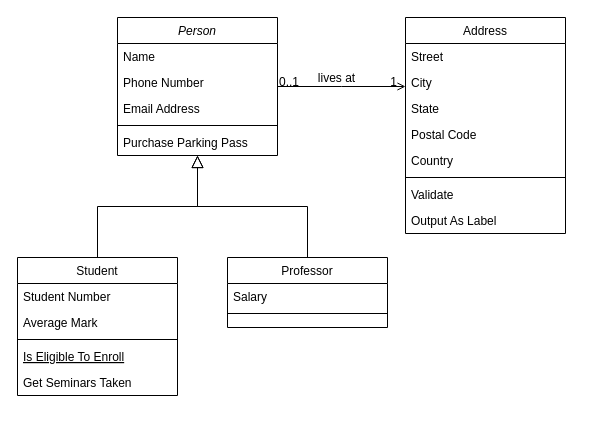
Above: Untitled Diagram.drawio in Lucas-formation/challenge-48h-2022 (draw.io), before the change. Source tidied: cells renumbered, new cells numbered last; positions are measured from the earlier drawing's top-left corner, leaving out a move shared by most shapes. Both pictures are drawn from the tidied source at 100%, with x=0, y=0 at pixel (17, 17).
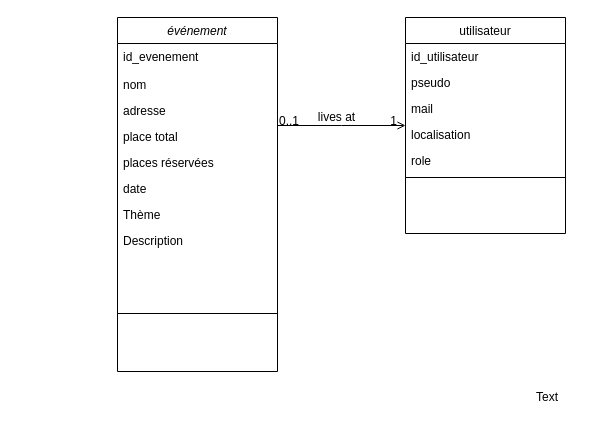
The same diagram, later.

Diff of the diagram source:
```diff
@@
-    <mxCell id="2" value="Person" style="swimlane;fontStyle=2;align=center;verticalAlign=top;horizontal=1;startSize=26;rounded=0;shadow=0;strokeWidth=1;" parent="1" vertex="1">
-      <mxGeometry x="100" width="160" height="138" as="geometry" />
+    <mxCell id="2" value="événement" style="swimlane;fontStyle=2;align=center;verticalAlign=top;horizontal=1;startSize=26;rounded=0;shadow=0;strokeWidth=1;" parent="1" vertex="1">
+      <mxGeometry x="100" width="160" height="354" as="geometry" />
     </mxCell>
+    <mxCell id="32" value="id_evenement" style="text;align=left;verticalAlign=top;spacingLeft=4;spacingRight=4;overflow=hidden;" parent="2" vertex="1">
+      <mxGeometry y="26" width="160" height="28" as="geometry" />
+    </mxCell>
-    <mxCell id="3" value="Name" style="text;align=left;verticalAlign=top;spacingLeft=4;spacingRight=4;overflow=hidden;" parent="2" vertex="1">
-      <mxGeometry y="26" width="160" height="26" as="geometry" />
+    <mxCell id="3" value="nom" style="text;align=left;verticalAlign=top;spacingLeft=4;spacingRight=4;overflow=hidden;" parent="2" vertex="1">
+      <mxGeometry y="54" width="160" height="26" as="geometry" />
     </mxCell>
-    <mxCell id="4" value="Phone Number" style="text;align=left;verticalAlign=top;spacingLeft=4;spacingRight=4;overflow=hidden;rounded=0;shadow=0;html=0;" parent="2" vertex="1">
-      <mxGeometry y="52" width="160" height="26" as="geometry" />
+    <mxCell id="4" value="adresse" style="text;align=left;verticalAlign=top;spacingLeft=4;spacingRight=4;overflow=hidden;rounded=0;shadow=0;html=0;" parent="2" vertex="1">
+      <mxGeometry y="80" width="160" height="26" as="geometry" />
     </mxCell>
-    <mxCell id="5" value="Email Address" style="text;align=left;verticalAlign=top;spacingLeft=4;spacingRight=4;overflow=hidden;rounded=0;shadow=0;html=0;" parent="2" vertex="1">
-      <mxGeometry y="78" width="160" height="26" as="geometry" />
+    <mxCell id="5" value="place total&#10;" style="text;align=left;verticalAlign=top;spacingLeft=4;spacingRight=4;overflow=hidden;rounded=0;shadow=0;html=0;" parent="2" vertex="1">
+      <mxGeometry y="106" width="160" height="26" as="geometry" />
     </mxCell>
+    <mxCell id="7" value="places réservées" style="text;align=left;verticalAlign=top;spacingLeft=4;spacingRight=4;overflow=hidden;" parent="2" vertex="1">
+      <mxGeometry y="132" width="160" height="26" as="geometry" />
+    </mxCell>
+    <mxCell id="33" value="date&#10;" style="text;align=left;verticalAlign=top;spacingLeft=4;spacingRight=4;overflow=hidden;" parent="2" vertex="1">
+      <mxGeometry y="158" width="160" height="26" as="geometry" />
+    </mxCell>
+    <mxCell id="34" value="Thème" style="text;align=left;verticalAlign=top;spacingLeft=4;spacingRight=4;overflow=hidden;" parent="2" vertex="1">
+      <mxGeometry y="184" width="160" height="26" as="geometry" />
+    </mxCell>
+    <mxCell id="35" value="Description" style="text;align=left;verticalAlign=top;spacingLeft=4;spacingRight=4;overflow=hidden;" parent="2" vertex="1">
+      <mxGeometry y="210" width="160" height="28" as="geometry" />
+    </mxCell>
     <mxCell id="6" style="line;html=1;strokeWidth=1;align=left;verticalAlign=middle;spacingTop=-1;spacingLeft=3;spacingRight=3;labelPosition=right;" parent="2" vertex="1">
-      <mxGeometry y="104" width="160" height="8" as="geometry" />
+      <mxGeometry y="238" width="160" height="116" as="geometry" />
     </mxCell>
-    <mxCell id="7" value="Purchase Parking Pass" style="text;align=left;verticalAlign=top;spacingLeft=4;spacingRight=4;overflow=hidden;" parent="2" vertex="1">
-      <mxGeometry y="112" width="160" height="26" as="geometry" />
-    </mxCell>
-    <mxCell id="8" value="Student" style="swimlane;fontStyle=0;align=center;verticalAlign=top;horizontal=1;startSize=26;rounded=0;shadow=0;strokeWidth=1;" parent="1" vertex="1">
-      <mxGeometry y="240" width="160" height="138" as="geometry" />
-    </mxCell>
-    <mxCell id="9" value="Student Number" style="text;align=left;verticalAlign=top;spacingLeft=4;spacingRight=4;overflow=hidden;" parent="8" vertex="1">
-      <mxGeometry y="26" width="160" height="26" as="geometry" />
-    </mxCell>
-    <mxCell id="10" value="Average Mark" style="text;align=left;verticalAlign=top;spacingLeft=4;spacingRight=4;overflow=hidden;rounded=0;shadow=0;html=0;" parent="8" vertex="1">
-      <mxGeometry y="52" width="160" height="26" as="geometry" />
-    </mxCell>
-    <mxCell id="11" style="line;html=1;strokeWidth=1;align=left;verticalAlign=middle;spacingTop=-1;spacingLeft=3;spacingRight=3;labelPosition=right;" parent="8" vertex="1">
-      <mxGeometry y="78" width="160" height="8" as="geometry" />
-    </mxCell>
-    <mxCell id="12" value="Is Eligible To Enroll" style="text;align=left;verticalAlign=top;spacingLeft=4;spacingRight=4;overflow=hidden;fontStyle=4;" parent="8" vertex="1">
-      <mxGeometry y="86" width="160" height="26" as="geometry" />
-    </mxCell>
-    <mxCell id="13" value="Get Seminars Taken" style="text;align=left;verticalAlign=top;spacingLeft=4;spacingRight=4;overflow=hidden;" parent="8" vertex="1">
-      <mxGeometry y="112" width="160" height="26" as="geometry" />
-    </mxCell>
-    <mxCell id="14" style="endArrow=block;endSize=10;endFill=0;shadow=0;strokeWidth=1;rounded=0;edgeStyle=elbowEdgeStyle;elbow=vertical;" parent="1" edge="1" source="8" target="2">
-      <mxGeometry relative="1" as="geometry" />
-    </mxCell>
-    <mxCell id="15" value="Professor" style="swimlane;fontStyle=0;align=center;verticalAlign=top;horizontal=1;startSize=26;rounded=0;shadow=0;strokeWidth=1;" parent="1" vertex="1">
-      <mxGeometry x="210" y="240" width="160" height="70" as="geometry" />
-    </mxCell>
-    <mxCell id="16" value="Salary" style="text;align=left;verticalAlign=top;spacingLeft=4;spacingRight=4;overflow=hidden;" parent="15" vertex="1">
-      <mxGeometry y="26" width="160" height="26" as="geometry" />
-    </mxCell>
-    <mxCell id="17" style="line;html=1;strokeWidth=1;align=left;verticalAlign=middle;spacingTop=-1;spacingLeft=3;spacingRight=3;labelPosition=right;" parent="15" vertex="1">
-      <mxGeometry y="52" width="160" height="8" as="geometry" />
-    </mxCell>
-    <mxCell id="18" style="endArrow=block;endSize=10;endFill=0;shadow=0;strokeWidth=1;rounded=0;edgeStyle=elbowEdgeStyle;elbow=vertical;" parent="1" edge="1" source="15" target="2">
-      <mxGeometry relative="1" as="geometry" />
-    </mxCell>
-    <mxCell id="19" value="Address" style="swimlane;fontStyle=0;align=center;verticalAlign=top;horizontal=1;startSize=26;rounded=0;shadow=0;strokeWidth=1;" parent="1" vertex="1">
+    <mxCell id="19" value="utilisateur" style="swimlane;fontStyle=0;align=center;verticalAlign=top;horizontal=1;startSize=26;rounded=0;shadow=0;strokeWidth=1;" parent="1" vertex="1">
       <mxGeometry x="388" width="160" height="216" as="geometry" />
     </mxCell>
-    <mxCell id="20" value="Street" style="text;align=left;verticalAlign=top;spacingLeft=4;spacingRight=4;overflow=hidden;" parent="19" vertex="1">
+    <mxCell id="20" value="id_utilisateur&#10;" style="text;align=left;verticalAlign=top;spacingLeft=4;spacingRight=4;overflow=hidden;" parent="19" vertex="1">
       <mxGeometry y="26" width="160" height="26" as="geometry" />
     </mxCell>
-    <mxCell id="21" value="City" style="text;align=left;verticalAlign=top;spacingLeft=4;spacingRight=4;overflow=hidden;rounded=0;shadow=0;html=0;" parent="19" vertex="1">
+    <mxCell id="21" value="pseudo" style="text;align=left;verticalAlign=top;spacingLeft=4;spacingRight=4;overflow=hidden;rounded=0;shadow=0;html=0;" parent="19" vertex="1">
       <mxGeometry y="52" width="160" height="26" as="geometry" />
     </mxCell>
-    <mxCell id="22" value="State" style="text;align=left;verticalAlign=top;spacingLeft=4;spacingRight=4;overflow=hidden;rounded=0;shadow=0;html=0;" parent="19" vertex="1">
+    <mxCell id="22" value="mail" style="text;align=left;verticalAlign=top;spacingLeft=4;spacingRight=4;overflow=hidden;rounded=0;shadow=0;html=0;" parent="19" vertex="1">
       <mxGeometry y="78" width="160" height="26" as="geometry" />
     </mxCell>
-    <mxCell id="23" value="Postal Code" style="text;align=left;verticalAlign=top;spacingLeft=4;spacingRight=4;overflow=hidden;rounded=0;shadow=0;html=0;" parent="19" vertex="1">
+    <mxCell id="23" value="localisation" style="text;align=left;verticalAlign=top;spacingLeft=4;spacingRight=4;overflow=hidden;rounded=0;shadow=0;html=0;" parent="19" vertex="1">
       <mxGeometry y="104" width="160" height="26" as="geometry" />
     </mxCell>
-    <mxCell id="24" value="Country" style="text;align=left;verticalAlign=top;spacingLeft=4;spacingRight=4;overflow=hidden;rounded=0;shadow=0;html=0;" parent="19" vertex="1">
+    <mxCell id="24" value="role" style="text;align=left;verticalAlign=top;spacingLeft=4;spacingRight=4;overflow=hidden;rounded=0;shadow=0;html=0;" parent="19" vertex="1">
       <mxGeometry y="130" width="160" height="26" as="geometry" />
     </mxCell>
@@
-    <mxCell id="26" value="Validate" style="text;align=left;verticalAlign=top;spacingLeft=4;spacingRight=4;overflow=hidden;" parent="19" vertex="1">
-      <mxGeometry y="164" width="160" height="26" as="geometry" />
-    </mxCell>
-    <mxCell id="27" value="Output As Label" style="text;align=left;verticalAlign=top;spacingLeft=4;spacingRight=4;overflow=hidden;" parent="19" vertex="1">
-      <mxGeometry y="190" width="160" height="26" as="geometry" />
-    </mxCell>
@@
+    <mxCell id="36" value="Text" style="text;html=1;strokeColor=none;fillColor=none;align=center;verticalAlign=middle;whiteSpace=wrap;rounded=0;" parent="1" vertex="1">
+      <mxGeometry x="500" y="365" width="60" height="30" as="geometry" />
+    </mxCell>
```
